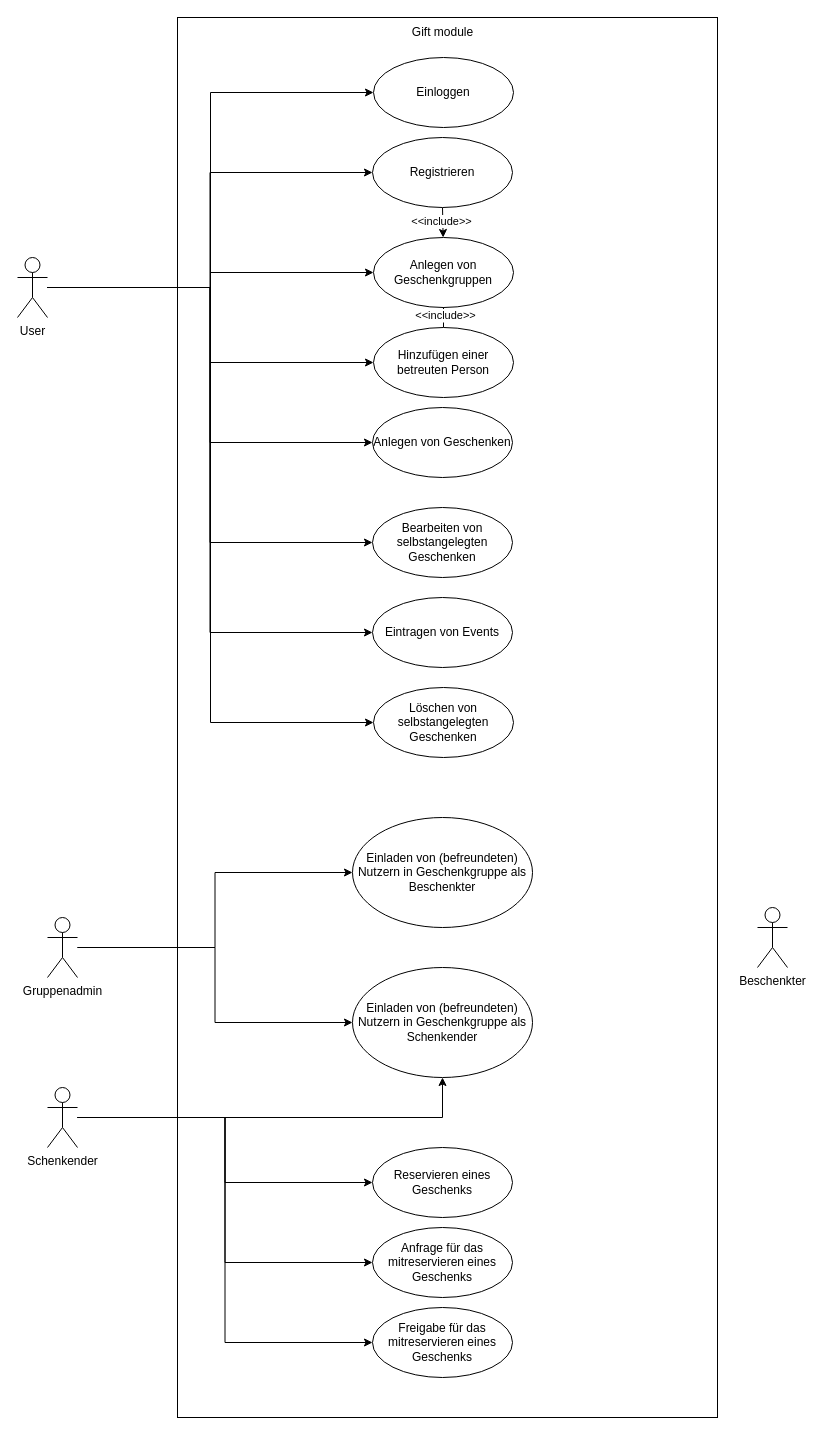
The draw.io diagram drawio_diagrams/drawio_files/gifts_usecase.drawio in Ethanil/gifts, before the edit. Source tidied: cells renumbered, new cells numbered last; positions are measured from the earlier drawing's top-left corner, leaving out a move shared by most shapes. Both pictures are drawn from the tidied source at 100%, with x=0, y=0 at pixel (17, 17).
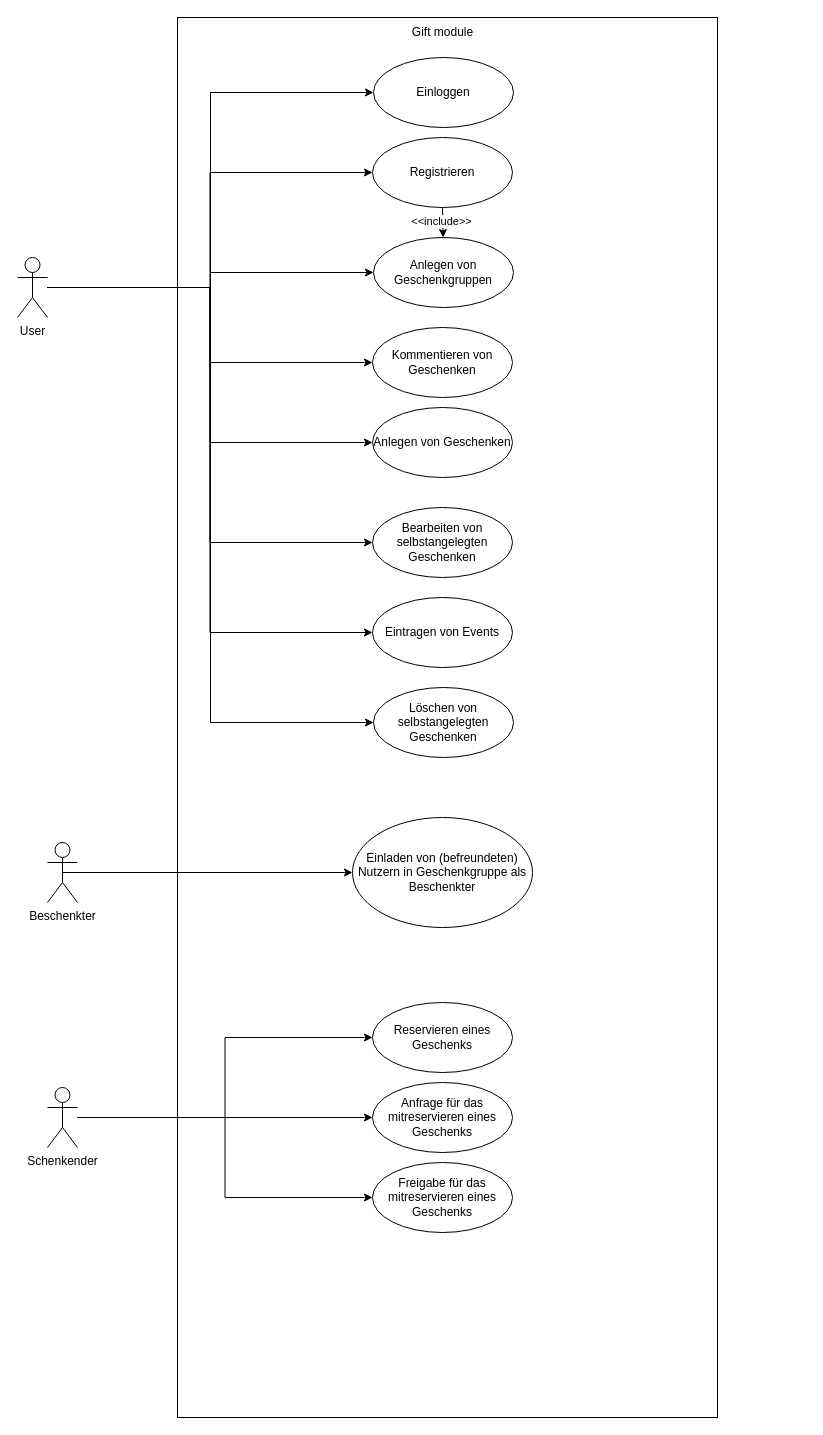
The same page after the edit.

Commit message (it also covers changes not shown here):
updated diagrams and added Database skeleton

Unchanged cells that the change refers to:
```xml
<mxCell id="7" value="Schenkender" style="shape=umlActor;verticalLabelPosition=bottom;verticalAlign=top;html=1;outlineConnect=0;" parent="1" vertex="1">
  <mxGeometry x="30" y="1070" width="30" height="60" as="geometry" />
</mxCell>
<mxCell id="16" value="User" style="shape=umlActor;verticalLabelPosition=bottom;verticalAlign=top;html=1;outlineConnect=0;" parent="1" vertex="1">
  <mxGeometry y="240" width="30" height="60" as="geometry" />
</mxCell>
<mxCell id="20" value="Anlegen von Geschenkgruppen" style="ellipse;whiteSpace=wrap;html=1;" parent="1" vertex="1">
  <mxGeometry x="356" y="220" width="140" height="70" as="geometry" />
</mxCell>
<mxCell id="22" value="Einladen von (befreundeten) Nutzern in Geschenkgruppe als Beschenkter" style="ellipse;whiteSpace=wrap;html=1;" parent="1" vertex="1">
  <mxGeometry x="335" y="800" width="180" height="110" as="geometry" />
</mxCell>
```

Diff of the diagram source:
```diff
@@
-    <mxCell id="3" style="edgeStyle=orthogonalEdgeStyle;rounded=0;jettySize=auto;html=1;entryX=0.5;entryY=1;entryDx=0;entryDy=0;" parent="1" edge="1" source="7" target="23">
-      <mxGeometry relative="1" as="geometry" />
-    </mxCell>
@@
     <mxCell id="8" value="Beschenkter" style="shape=umlActor;verticalLabelPosition=bottom;verticalAlign=top;html=1;outlineConnect=0;" parent="1" vertex="1">
-      <mxGeometry x="740" y="890" width="30" height="60" as="geometry" />
+      <mxGeometry x="30" y="825" width="30" height="60" as="geometry" />
     </mxCell>
@@
-    <mxCell id="12" style="edgeStyle=orthogonalEdgeStyle;rounded=0;jettySize=auto;html=1;entryX=0;entryY=0.5;entryDx=0;entryDy=0;" parent="1" edge="1" source="16" target="29">
-      <mxGeometry relative="1" as="geometry" />
-    </mxCell>
@@
+    <mxCell id="39" style="edgeStyle=orthogonalEdgeStyle;html=1;rounded=0;entryX=0;entryY=0.5;entryDx=0;entryDy=0;" parent="1" edge="1" source="16" target="37">
+      <mxGeometry relative="1" as="geometry" />
+    </mxCell>
@@
-    <mxCell id="23" value="Einladen von (befreundeten) Nutzern in Geschenkgruppe als Schenkender" style="ellipse;whiteSpace=wrap;html=1;" parent="1" vertex="1">
-      <mxGeometry x="335" y="950" width="180" height="110" as="geometry" />
-    </mxCell>
     <mxCell id="24" value="Reservieren eines Geschenks" style="ellipse;whiteSpace=wrap;html=1;" parent="1" vertex="1">
-      <mxGeometry x="355" y="1130" width="140" height="70" as="geometry" />
+      <mxGeometry x="355" y="985" width="140" height="70" as="geometry" />
     </mxCell>
     <mxCell id="25" value="Anfrage für das mitreservieren eines Geschenks" style="ellipse;whiteSpace=wrap;html=1;" parent="1" vertex="1">
-      <mxGeometry x="355" y="1210" width="140" height="70" as="geometry" />
+      <mxGeometry x="355" y="1065" width="140" height="70" as="geometry" />
     </mxCell>
     <mxCell id="26" value="Freigabe für das mitreservieren eines Geschenks" style="ellipse;whiteSpace=wrap;html=1;" parent="1" vertex="1">
-      <mxGeometry x="355" y="1290" width="140" height="70" as="geometry" />
+      <mxGeometry x="355" y="1145" width="140" height="70" as="geometry" />
     </mxCell>
-    <mxCell id="27" style="edgeStyle=orthogonalEdgeStyle;rounded=0;jettySize=auto;html=1;dashed=1;" parent="1" edge="1" source="29" target="20">
-      <mxGeometry relative="1" as="geometry" />
-    </mxCell>
-    <mxCell id="28" value="&amp;lt;&amp;lt;include&amp;gt;&amp;gt;" style="edgeLabel;html=1;align=center;verticalAlign=middle;" parent="27" vertex="1">
-      <mxGeometry x="-0.09" y="1" relative="1" as="geometry" />
-    </mxCell>
-    <mxCell id="29" value="Hinzufügen einer betreuten Person" style="ellipse;whiteSpace=wrap;html=1;" parent="1" vertex="1">
-      <mxGeometry x="356" y="310" width="140" height="70" as="geometry" />
-    </mxCell>
@@
-    <mxCell id="36" style="edgeStyle=orthogonalEdgeStyle;rounded=0;html=1;entryX=0;entryY=0.5;entryDx=0;entryDy=0;" parent="1" edge="1" source="38" target="22">
+    <mxCell id="36" style="edgeStyle=orthogonalEdgeStyle;rounded=0;html=1;entryX=0;entryY=0.5;entryDx=0;entryDy=0;exitX=0.5;exitY=0.5;exitDx=0;exitDy=0;exitPerimeter=0;" parent="1" edge="1" source="8" target="22">
       <mxGeometry relative="1" as="geometry" />
     </mxCell>
-    <mxCell id="37" style="edgeStyle=orthogonalEdgeStyle;rounded=0;html=1;entryX=0;entryY=0.5;entryDx=0;entryDy=0;" parent="1" edge="1" source="38" target="23">
-      <mxGeometry relative="1" as="geometry" />
+    <mxCell id="37" value="Kommentieren von Geschenken" style="ellipse;whiteSpace=wrap;html=1;" parent="1" vertex="1">
+      <mxGeometry x="355" y="310" width="140" height="70" as="geometry" />
     </mxCell>
-    <mxCell id="38" value="Gruppenadmin" style="shape=umlActor;verticalLabelPosition=bottom;verticalAlign=top;html=1;" parent="1" vertex="1">
-      <mxGeometry x="30" y="900" width="30" height="60" as="geometry" />
-    </mxCell>
```
